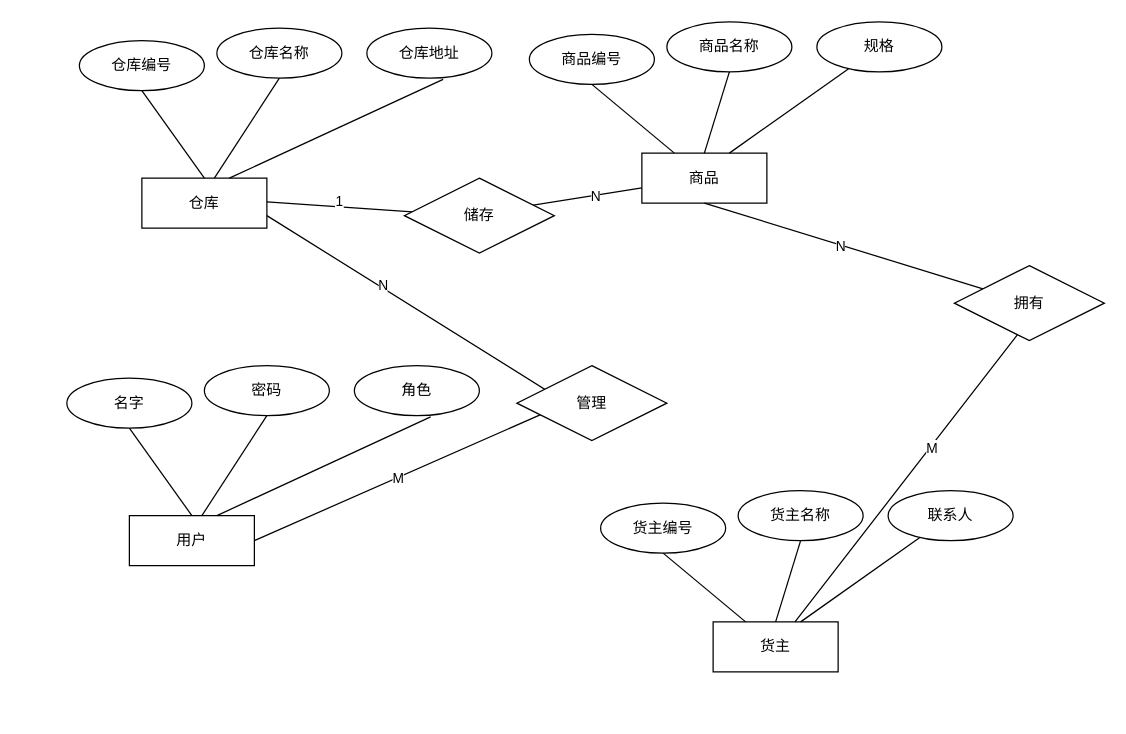
The draw.io diagram page "第 1 页" (1 of 2) of 未命名绘图.drawio in AnsonZnl/draw.io, before the edit. Source tidied: cells renumbered, new cells numbered last; positions are measured from the earlier drawing's top-left corner, leaving out a move shared by most shapes. Both pictures are drawn from the tidied source at 125%, with x=0, y=0 at pixel (66, 21).
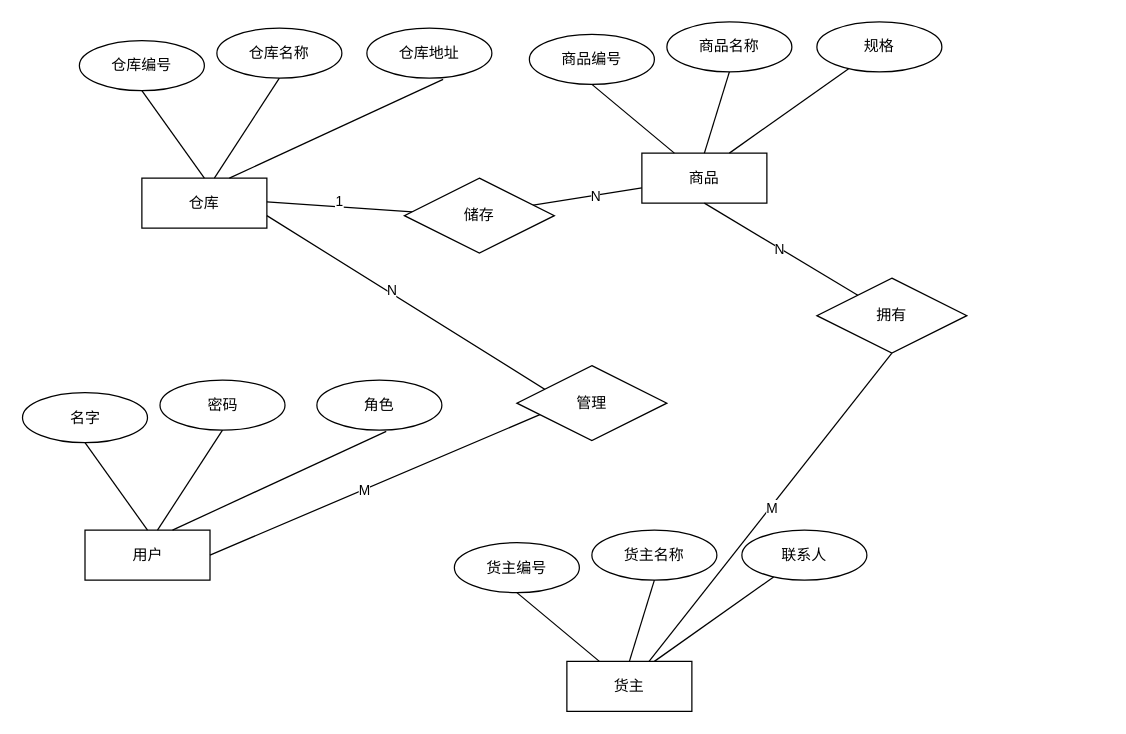
After the change.

Commit message (it also covers changes not shown here):
更新未命名绘图.drawio

Diff of the diagram source:
```diff
@@
     <mxCell id="9" value="用户" style="whiteSpace=wrap;html=1;align=center;" parent="1" vertex="1">
-      <mxGeometry x="50" y="395" width="100" height="40" as="geometry" />
+      <mxGeometry x="14.5" y="406.6" width="100" height="40" as="geometry" />
     </mxCell>
     <mxCell id="10" style="endArrow=none;html=1;rounded=0;exitX=0.5;exitY=0;exitDx=0;exitDy=0;" parent="1" edge="1" source="9">
       <mxGeometry relative="1" as="geometry">
-        <mxPoint x="50" y="325" as="targetPoint" />
+        <mxPoint x="14.5" y="336.6" as="targetPoint" />
       </mxGeometry>
     </mxCell>
     <mxCell id="11" value="名字" style="ellipse;whiteSpace=wrap;html=1;align=center;" parent="1" vertex="1">
-      <mxGeometry y="285" width="100" height="40" as="geometry" />
+      <mxGeometry x="-35.5" y="296.6" width="100" height="40" as="geometry" />
     </mxCell>
     <mxCell id="12" value="密码" style="ellipse;whiteSpace=wrap;html=1;align=center;" parent="1" vertex="1">
-      <mxGeometry x="110" y="275" width="100" height="40" as="geometry" />
+      <mxGeometry x="74.5" y="286.6" width="100" height="40" as="geometry" />
     </mxCell>
     <mxCell id="13" value="角色" style="ellipse;whiteSpace=wrap;html=1;align=center;" parent="1" vertex="1">
-      <mxGeometry x="230" y="275" width="100" height="40" as="geometry" />
+      <mxGeometry x="200" y="286.6" width="100" height="40" as="geometry" />
     </mxCell>
     <mxCell id="14" style="endArrow=none;html=1;rounded=0;entryX=0.5;entryY=1;entryDx=0;entryDy=0;" parent="1" edge="1" target="12">
       <mxGeometry relative="1" as="geometry">
-        <mxPoint x="108" y="395" as="sourcePoint" />
+        <mxPoint x="72.5" y="406.6" as="sourcePoint" />
       </mxGeometry>
     </mxCell>
-    <mxCell id="15" style="endArrow=none;html=1;rounded=0;exitX=0.61;exitY=1.025;exitDx=0;exitDy=0;exitPerimeter=0;" parent="1" edge="1" source="13">
+    <mxCell id="15" style="endArrow=none;html=1;rounded=0;exitX=0.61;exitY=1.025;exitDx=0;exitDy=0;exitPerimeter=0;" parent="1" edge="1">
       <mxGeometry relative="1" as="geometry">
-        <mxPoint x="120" y="395" as="targetPoint" />
+        <mxPoint x="255.5" y="327.6" as="sourcePoint" />
+        <mxPoint x="84.5" y="406.6" as="targetPoint" />
       </mxGeometry>
     </mxCell>
@@
     <mxCell id="31" value="货主" style="whiteSpace=wrap;html=1;align=center;" parent="1" vertex="1">
-      <mxGeometry x="517" y="480" width="100" height="40" as="geometry" />
+      <mxGeometry x="400" y="511.6" width="100" height="40" as="geometry" />
     </mxCell>
     <mxCell id="32" value="货主编号" style="ellipse;whiteSpace=wrap;html=1;align=center;" parent="1" vertex="1">
-      <mxGeometry x="427" y="385" width="100" height="40" as="geometry" />
+      <mxGeometry x="310" y="416.6" width="100" height="40" as="geometry" />
     </mxCell>
     <mxCell id="33" value="货主名称" style="ellipse;whiteSpace=wrap;html=1;align=center;" parent="1" vertex="1">
-      <mxGeometry x="537" y="375" width="100" height="40" as="geometry" />
+      <mxGeometry x="420" y="406.6" width="100" height="40" as="geometry" />
     </mxCell>
     <mxCell id="34" value="联系人" style="ellipse;whiteSpace=wrap;html=1;align=center;" parent="1" vertex="1">
-      <mxGeometry x="657" y="375" width="100" height="40" as="geometry" />
+      <mxGeometry x="540" y="406.6" width="100" height="40" as="geometry" />
     </mxCell>
@@
     <mxCell id="37" style="endArrow=none;html=1;rounded=0;" parent="1" edge="1" source="34">
       <mxGeometry relative="1" as="geometry">
-        <mxPoint x="587" y="480" as="targetPoint" />
+        <mxPoint x="470" y="511.6" as="targetPoint" />
       </mxGeometry>
     </mxCell>
@@
     <mxCell id="40" style="endArrow=none;html=1;rounded=0;entryX=0.5;entryY=1;entryDx=0;entryDy=0;" parent="1" edge="1" source="31" target="42">
-      <mxGeometry relative="1" as="geometry">
-        <Array as="points">
-          <mxPoint x="780" y="225" />
-        </Array>
-      </mxGeometry>
+      <mxGeometry relative="1" as="geometry" />
     </mxCell>
@@
     <mxCell id="42" value="拥有" style="shape=rhombus;perimeter=rhombusPerimeter;whiteSpace=wrap;html=1;align=center;" parent="1" vertex="1">
-      <mxGeometry x="710" y="195" width="120" height="60" as="geometry" />
+      <mxGeometry x="600" y="205" width="120" height="60" as="geometry" />
     </mxCell>
```
